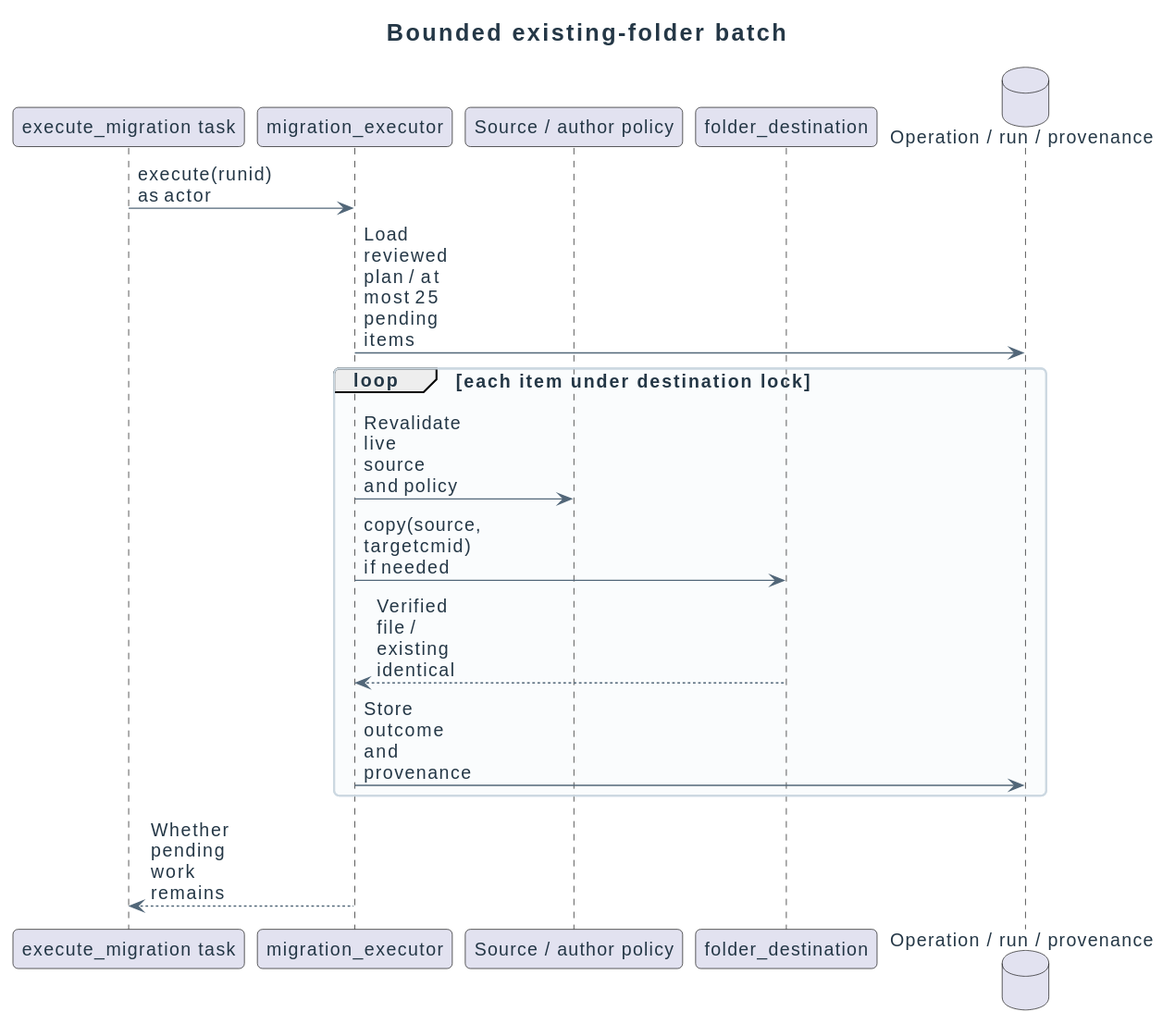
Earlier version of the PlantUML export docs/diagrams/design/sequences/migration-batch.svg (didactika/moodle-local_coursefiles).
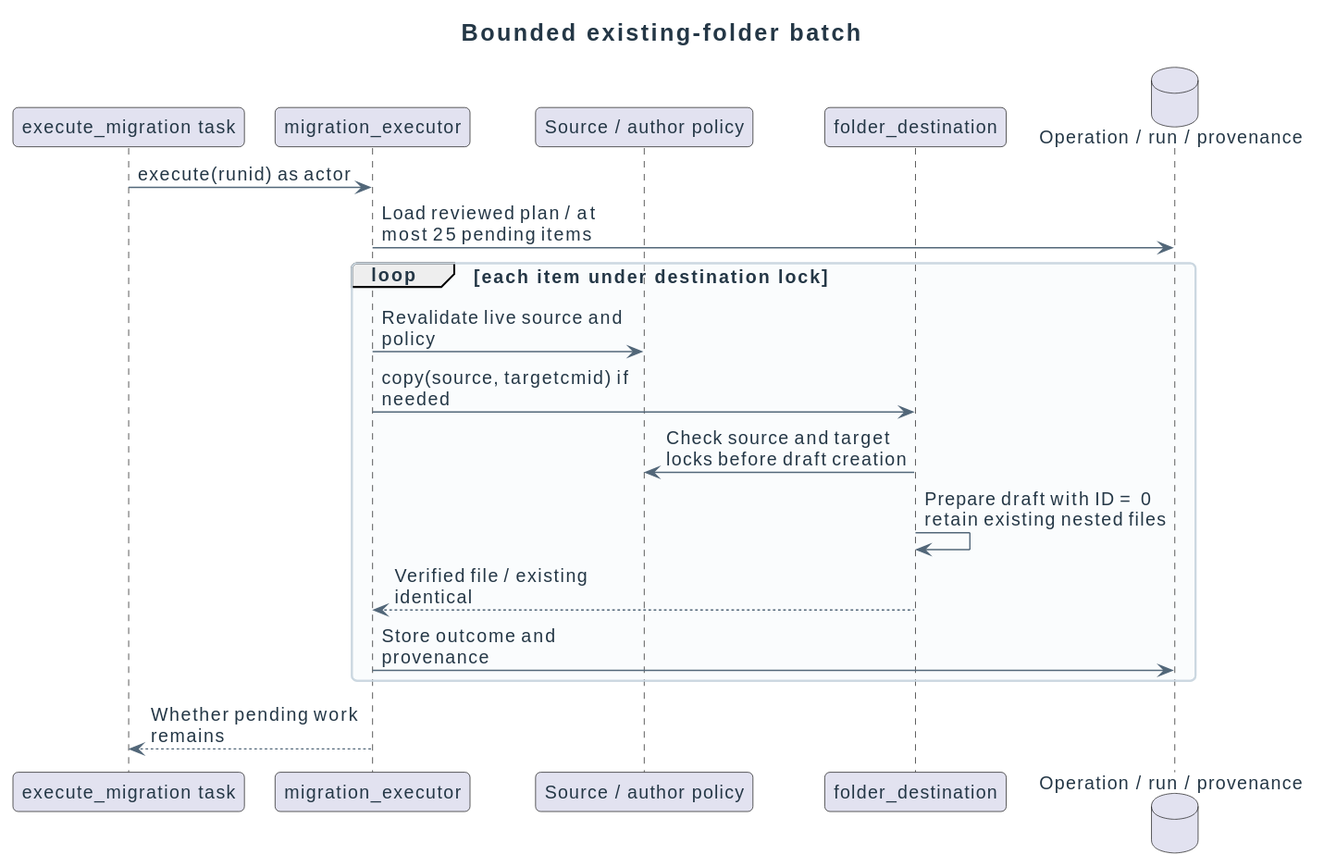
The same file after the commit.

Commit message:
fix: preserve folder contents and enforce author policy

What changed in the source:
```diff
@@ -1,5 +1,6 @@
 @startuml
 !include ../../_style.puml
+skinparam maxMessageSize 200
 title Bounded existing-folder batch
 participant "execute_migration task" as Task
 participant migration_executor as Executor
@@ -11,6 +12,8 @@
 loop each item under destination lock
   Executor -> Policy : Revalidate live source and policy
   Executor -> Folder : copy(source, targetcmid) if needed
+  Folder -> Policy : Check source and target locks before draft creation
+  Folder -> Folder : Prepare draft with ID = 0\nretain existing nested files
   Folder --> Executor : Verified file / existing identical
   Executor -> DB : Store outcome and provenance
 end
```
